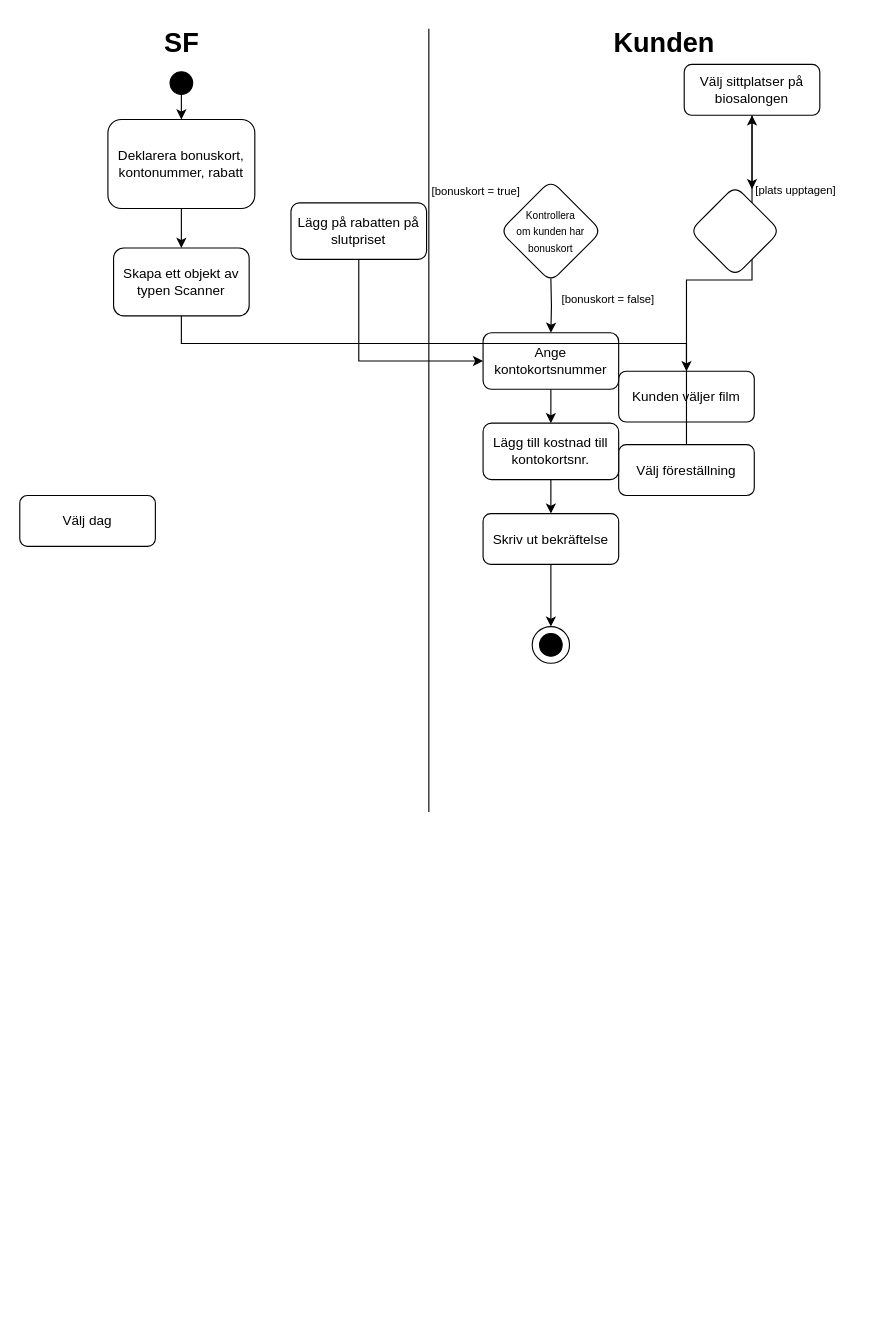
Earlier version of the draw.io diagram U10.drawio (ninijonsson/diagram). Source tidied: cells renumbered, new cells numbered last; positions are measured from the earlier drawing's top-left corner, leaving out a move shared by most shapes. Both pictures are drawn from the tidied source at 113%, with x=0, y=0 at pixel (19, 20).
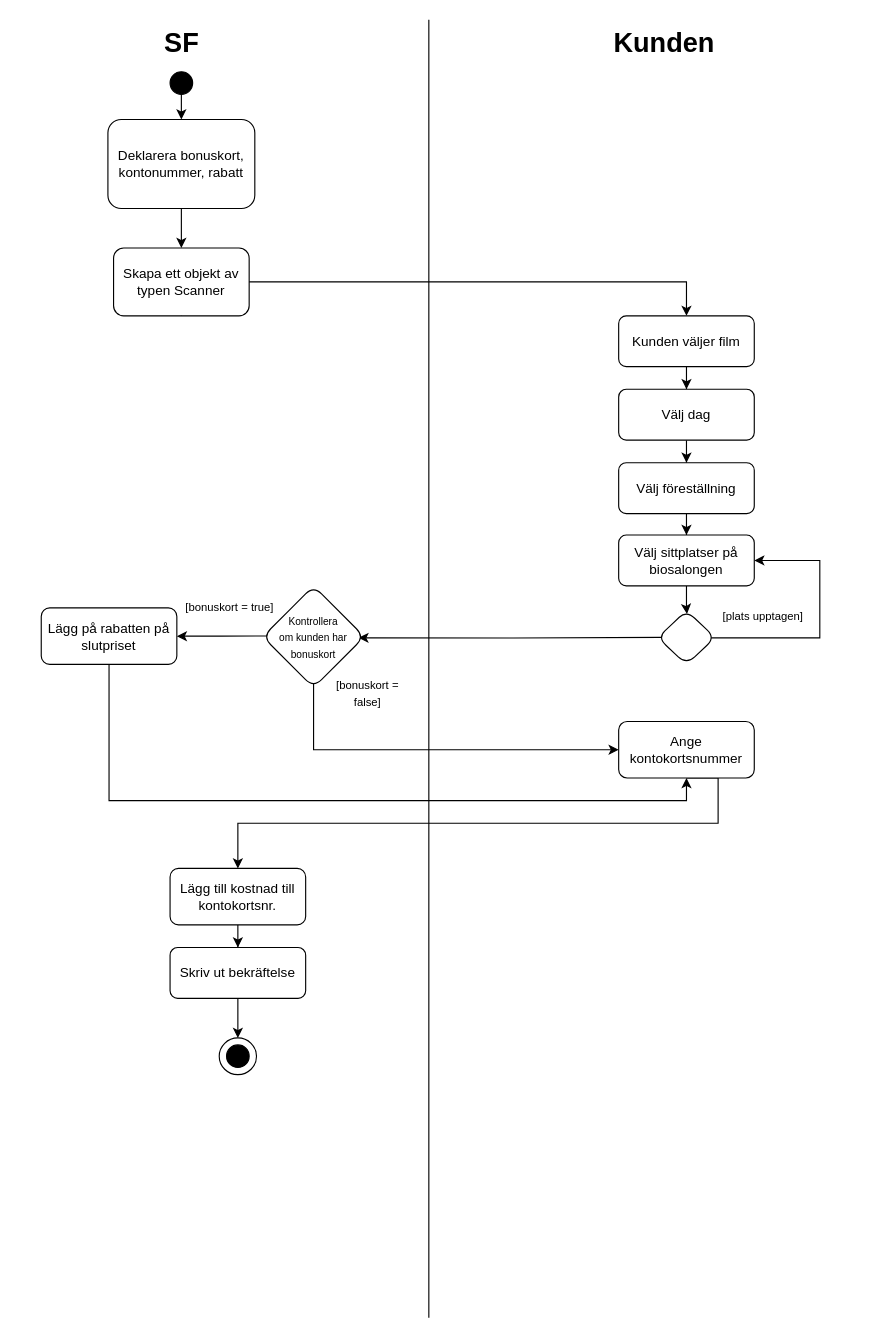
The same page after the edit.

Unchanged cells that the change refers to:
```xml
<mxCell id="29" value="Skapa ett objekt av typen Scanner" style="whiteSpace=wrap;html=1;rounded=1;" parent="1" vertex="1">
  <mxGeometry x="83" y="201" width="120" height="60" as="geometry" />
</mxCell>
```

What changed in the source:
```diff
@@
+    <mxCell id="33" style="edgeStyle=orthogonalEdgeStyle;rounded=0;jettySize=auto;html=1;" parent="1" edge="1" source="4" target="5">
+      <mxGeometry relative="1" as="geometry" />
+    </mxCell>
     <mxCell id="4" value="Kunden väljer film" style="rounded=1;whiteSpace=wrap;html=1;fillColor=#FFFFFF;" parent="1" vertex="1">
-      <mxGeometry x="530" y="310" width="120" height="45" as="geometry" />
+      <mxGeometry x="530" y="261" width="120" height="45" as="geometry" />
     </mxCell>
+    <mxCell id="34" style="edgeStyle=orthogonalEdgeStyle;rounded=0;jettySize=auto;html=1;" parent="1" edge="1" source="5" target="7">
+      <mxGeometry relative="1" as="geometry" />
+    </mxCell>
     <mxCell id="5" value="Välj dag" style="whiteSpace=wrap;html=1;fillColor=#FFFFFF;rounded=1;" parent="1" vertex="1">
-      <mxGeometry y="420" width="120" height="45" as="geometry" />
+      <mxGeometry x="530" y="326" width="120" height="45" as="geometry" />
     </mxCell>
@@
     <mxCell id="7" value="Välj föreställning" style="whiteSpace=wrap;html=1;fillColor=#FFFFFF;rounded=1;" parent="1" vertex="1">
-      <mxGeometry x="530" y="375" width="120" height="45" as="geometry" />
+      <mxGeometry x="530" y="391" width="120" height="45" as="geometry" />
     </mxCell>
-    <mxCell id="8" style="edgeStyle=orthogonalEdgeStyle;rounded=0;jettySize=auto;html=1;exitX=0.5;exitY=1;exitDx=0;exitDy=0;" parent="1" edge="1" source="9">
-      <mxGeometry relative="1" as="geometry">
-        <mxPoint x="648" y="149" as="targetPoint" />
-      </mxGeometry>
-    </mxCell>
+    <mxCell id="35" style="edgeStyle=orthogonalEdgeStyle;rounded=0;jettySize=auto;html=1;entryX=0.509;entryY=0.062;entryDx=0;entryDy=0;entryPerimeter=0;" parent="1" edge="1" source="9" target="10">
+      <mxGeometry relative="1" as="geometry">
+        <Array as="points">
+          <mxPoint x="590" y="520" />
+          <mxPoint x="590" y="520" />
+        </Array>
+      </mxGeometry>
+    </mxCell>
     <mxCell id="9" value="Välj sittplatser på biosalongen" style="whiteSpace=wrap;html=1;fillColor=#FFFFFF;rounded=1;" parent="1" vertex="1">
-      <mxGeometry x="588" y="38.5" width="120" height="45" as="geometry" />
+      <mxGeometry x="530" y="455" width="120" height="45" as="geometry" />
     </mxCell>
+    <mxCell id="36" style="edgeStyle=orthogonalEdgeStyle;rounded=0;jettySize=auto;html=1;exitX=1;exitY=1;exitDx=0;exitDy=0;entryX=1;entryY=0.5;entryDx=0;entryDy=0;" parent="1" edge="1" source="10" target="9">
+      <mxGeometry relative="1" as="geometry">
+        <Array as="points">
+          <mxPoint x="603" y="546" />
+          <mxPoint x="708" y="546" />
+          <mxPoint x="708" y="478" />
+        </Array>
+      </mxGeometry>
+    </mxCell>
+    <mxCell id="37" style="edgeStyle=orthogonalEdgeStyle;rounded=0;jettySize=auto;html=1;exitX=0;exitY=0.5;exitDx=0;exitDy=0;entryX=0.941;entryY=0.511;entryDx=0;entryDy=0;entryPerimeter=0;" parent="1" edge="1" target="13">
+      <mxGeometry relative="1" as="geometry">
+        <mxPoint x="568.5" y="545.6" as="sourcePoint" />
+      </mxGeometry>
+    </mxCell>
     <mxCell id="10" style="rhombus;whiteSpace=wrap;html=1;fillColor=#FFFFFF;rounded=1;" parent="1" vertex="1">
-      <mxGeometry x="593" y="146" width="80" height="80" as="geometry" />
+      <mxGeometry x="564.5" y="521.8" width="51" height="47.8" as="geometry" />
     </mxCell>
     <mxCell id="11" value="&lt;font style=&quot;font-size: 10px;&quot;&gt;[plats upptagen]&lt;/font&gt;" style="text;html=1;align=center;verticalAlign=middle;whiteSpace=wrap;rounded=0;" parent="1" vertex="1">
-      <mxGeometry x="637" y="135" width="100" height="30" as="geometry" />
+      <mxGeometry x="608" y="512.2" width="100" height="30" as="geometry" />
     </mxCell>
-    <mxCell id="12" style="edgeStyle=orthogonalEdgeStyle;rounded=0;jettySize=auto;html=1;entryX=0.5;entryY=0;entryDx=0;entryDy=0;" parent="1" edge="1" target="19">
-      <mxGeometry relative="1" as="geometry">
-        <mxPoint x="470" y="228" as="sourcePoint" />
-      </mxGeometry>
-    </mxCell>
+    <mxCell id="38" style="edgeStyle=orthogonalEdgeStyle;rounded=0;jettySize=auto;html=1;exitX=0.071;exitY=0.493;exitDx=0;exitDy=0;entryX=1;entryY=0.5;entryDx=0;entryDy=0;exitPerimeter=0;" parent="1" edge="1" source="13" target="17">
+      <mxGeometry relative="1" as="geometry" />
+    </mxCell>
+    <mxCell id="39" style="edgeStyle=orthogonalEdgeStyle;rounded=0;jettySize=auto;html=1;exitX=0.5;exitY=0.889;exitDx=0;exitDy=0;exitPerimeter=0;" parent="1" edge="1" source="13" target="19">
+      <mxGeometry relative="1" as="geometry">
+        <Array as="points">
+          <mxPoint x="260" y="620" />
+          <mxPoint x="260" y="620" />
+        </Array>
+      </mxGeometry>
+    </mxCell>
     <mxCell id="13" value="&lt;font style=&quot;font-size: 9px;&quot;&gt;Kontrollera&lt;/font&gt;&lt;div&gt;&lt;font style=&quot;font-size: 9px;&quot;&gt;om kunden har bonuskort&lt;/font&gt;&lt;/div&gt;" style="rhombus;whiteSpace=wrap;html=1;fillColor=#FFFFFF;rounded=1;" parent="1" vertex="1">
-      <mxGeometry x="425" y="141" width="90" height="90" as="geometry" />
+      <mxGeometry x="215" y="500" width="90" height="90" as="geometry" />
     </mxCell>
@@
-    <mxCell id="16" style="edgeStyle=orthogonalEdgeStyle;rounded=0;jettySize=auto;html=1;exitX=0.5;exitY=1;exitDx=0;exitDy=0;entryX=0;entryY=0.5;entryDx=0;entryDy=0;" parent="1" edge="1" source="17" target="19">
+    <mxCell id="16" style="edgeStyle=orthogonalEdgeStyle;rounded=0;jettySize=auto;html=1;exitX=0.5;exitY=1;exitDx=0;exitDy=0;entryX=0.5;entryY=1;entryDx=0;entryDy=0;" parent="1" edge="1" source="17" target="19">
       <mxGeometry relative="1" as="geometry" />
     </mxCell>
     <mxCell id="17" value="Lägg på rabatten på slutpriset" style="whiteSpace=wrap;html=1;fillColor=#FFFFFF;rounded=1;" parent="1" vertex="1">
-      <mxGeometry x="240" y="161" width="120" height="50" as="geometry" />
+      <mxGeometry x="19" y="519.5" width="120" height="50" as="geometry" />
     </mxCell>
-    <mxCell id="18" style="edgeStyle=orthogonalEdgeStyle;rounded=0;jettySize=auto;html=1;" parent="1" edge="1" source="19" target="21">
-      <mxGeometry relative="1" as="geometry" />
+    <mxCell id="18" style="edgeStyle=orthogonalEdgeStyle;rounded=0;jettySize=auto;html=1;exitX=0.5;exitY=1;exitDx=0;exitDy=0;entryX=0.5;entryY=0;entryDx=0;entryDy=0;" parent="1" edge="1" source="19" target="21">
+      <mxGeometry relative="1" as="geometry">
+        <Array as="points">
+          <mxPoint x="618" y="670" />
+          <mxPoint x="618" y="710" />
+          <mxPoint x="193" y="710" />
+        </Array>
+      </mxGeometry>
     </mxCell>
     <mxCell id="19" value="Ange kontokortsnummer" style="whiteSpace=wrap;html=1;fillColor=#FFFFFF;rounded=1;" parent="1" vertex="1">
-      <mxGeometry x="410" y="276" width="120" height="50" as="geometry" />
+      <mxGeometry x="530" y="620" width="120" height="50" as="geometry" />
     </mxCell>
@@
     <mxCell id="21" value="Lägg till kostnad till kontokortsnr." style="whiteSpace=wrap;html=1;fillColor=#FFFFFF;rounded=1;" parent="1" vertex="1">
-      <mxGeometry x="410" y="356" width="120" height="50" as="geometry" />
+      <mxGeometry x="133" y="750" width="120" height="50" as="geometry" />
     </mxCell>
@@
     <mxCell id="23" value="Skriv ut bekräftelse" style="whiteSpace=wrap;html=1;fillColor=#FFFFFF;rounded=1;" parent="1" vertex="1">
-      <mxGeometry x="410" y="436" width="120" height="45" as="geometry" />
+      <mxGeometry x="133" y="820" width="120" height="45" as="geometry" />
     </mxCell>
     <mxCell id="24" value="&lt;font style=&quot;font-size: 10px;&quot;&gt;[bonuskort = true]&lt;/font&gt;" style="text;html=1;align=center;verticalAlign=middle;whiteSpace=wrap;rounded=0;" parent="1" vertex="1">
-      <mxGeometry x="349" y="136" width="110" height="30" as="geometry" />
+      <mxGeometry x="131" y="503.8" width="110" height="30" as="geometry" />
     </mxCell>
     <mxCell id="25" value="&lt;font style=&quot;font-size: 10px;&quot;&gt;[bonuskort = false]&lt;/font&gt;" style="text;html=1;align=center;verticalAlign=middle;whiteSpace=wrap;rounded=0;" parent="1" vertex="1">
-      <mxGeometry x="466" y="231" width="110" height="30" as="geometry" />
+      <mxGeometry x="273" y="580" width="70" height="30" as="geometry" />
     </mxCell>
     <mxCell id="26" style="ellipse;whiteSpace=wrap;html=1;fillColor=#FFFFFF;rounded=1;" parent="1" vertex="1">
-      <mxGeometry x="453.5" y="536" width="33" height="32.5" as="geometry" />
+      <mxGeometry x="176.5" y="900" width="33" height="32.5" as="geometry" />
     </mxCell>
     <mxCell id="27" style="ellipse;whiteSpace=wrap;html=1;fillColor=#000000;" parent="1" vertex="1">
-      <mxGeometry x="460" y="542.2" width="20" height="20" as="geometry" />
+      <mxGeometry x="183" y="906.2" width="20" height="20" as="geometry" />
     </mxCell>
     <mxCell id="28" style="edgeStyle=orthogonalEdgeStyle;rounded=0;jettySize=auto;html=1;exitX=0.5;exitY=1;exitDx=0;exitDy=0;entryX=0.5;entryY=0;entryDx=0;entryDy=0;" parent="1" edge="1" source="29" target="4">
-      <mxGeometry relative="1" as="geometry" />
+      <mxGeometry relative="1" as="geometry">
+        <Array as="points">
+          <mxPoint x="143" y="231" />
+          <mxPoint x="590" y="231" />
+        </Array>
+      </mxGeometry>
     </mxCell>
@@
     <mxCell id="30" style="endArrow=none;html=1;rounded=0;" parent="1" edge="1">
       <mxGeometry relative="1" as="geometry">
-        <mxPoint x="362" y="700" as="sourcePoint" />
-        <mxPoint x="362" y="7" as="targetPoint" />
+        <mxPoint x="362" y="1147.6" as="sourcePoint" />
+        <mxPoint x="362" y="-1" as="targetPoint" />
       </mxGeometry>
     </mxCell>
```
